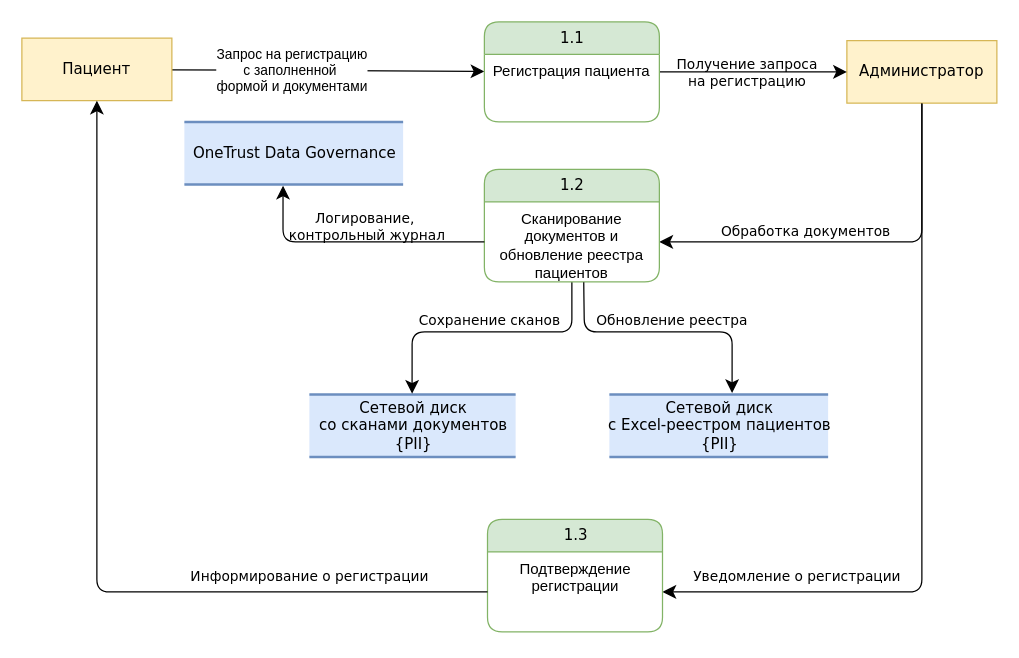
Before: page "Регистрация пациентов" (1 of 5) of Exc1/DFD-DataLinage.drawio in denrzv/yp-architecture-sprint-10, a draw.io diagram. Source tidied: cells renumbered, new cells numbered last; positions are measured from the earlier drawing's top-left corner, leaving out a move shared by most shapes. Both pictures are drawn from the tidied source at 125%, with x=0, y=0 at pixel (21, 21).
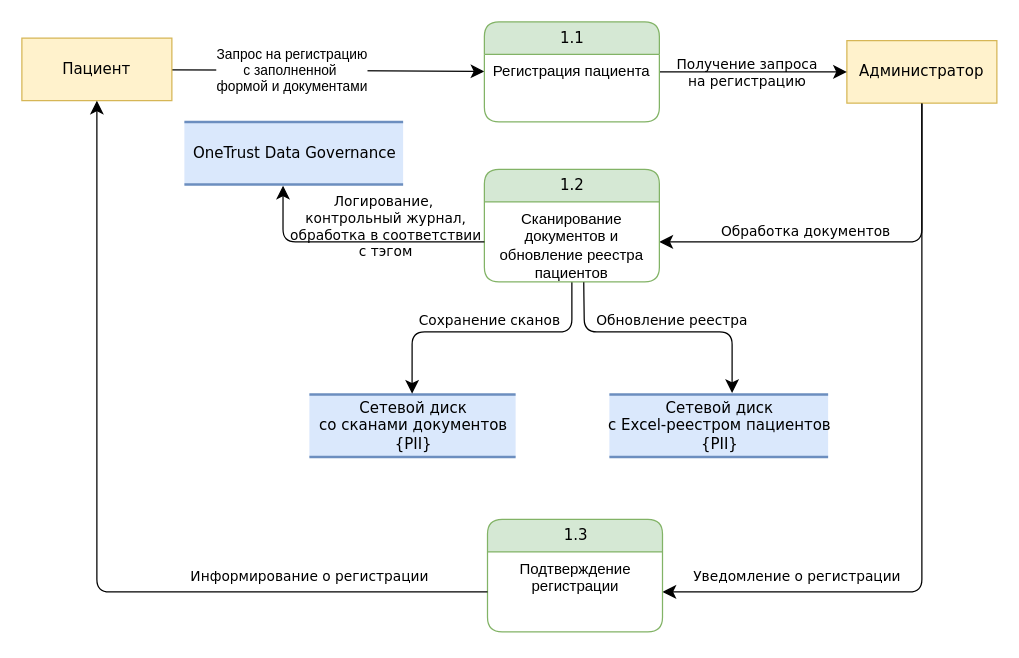
Above is the later version.

Unchanged cells that the change refers to:
```xml
<mxCell id="27" style="edgeStyle=orthogonalEdgeStyle;html=1;labelBackgroundColor=none;startFill=0;startSize=8;endFill=1;endSize=8;fontFamily=Verdana;fontSize=12;exitX=0;exitY=0.5;exitDx=0;exitDy=0;entryX=0.451;entryY=1.02;entryDx=0;entryDy=0;entryPerimeter=0;" parent="1" edge="1" source="18" target="26">
  <mxGeometry relative="1" as="geometry">
    <Array as="points">
      <mxPoint x="209" y="176" />
    </Array>
  </mxGeometry>
</mxCell>
```

Diff of the diagram source:
```diff
@@
-    <mxCell id="28" value="Логирование,&amp;nbsp;&lt;div&gt;контрольный журнал&lt;/div&gt;" style="edgeLabel;html=1;align=center;verticalAlign=middle;fontFamily=Verdana;fontSize=11;fontColor=default;labelBackgroundColor=none;" parent="27" vertex="1">
+    <mxCell id="28" value="Логирование,&amp;nbsp;&lt;div&gt;контрольный журнал,&lt;/div&gt;&lt;div&gt;обработка в соответствии&lt;/div&gt;&lt;div&gt;с тэгом&lt;/div&gt;" style="edgeLabel;html=1;align=center;verticalAlign=middle;fontFamily=Verdana;fontSize=11;fontColor=default;labelBackgroundColor=none;" parent="27" vertex="1">
       <mxGeometry x="0.01" y="-3" relative="1" as="geometry">
-        <mxPoint x="9" y="-10" as="offset" />
+        <mxPoint x="24" y="-10" as="offset" />
       </mxGeometry>
     </mxCell>
```
